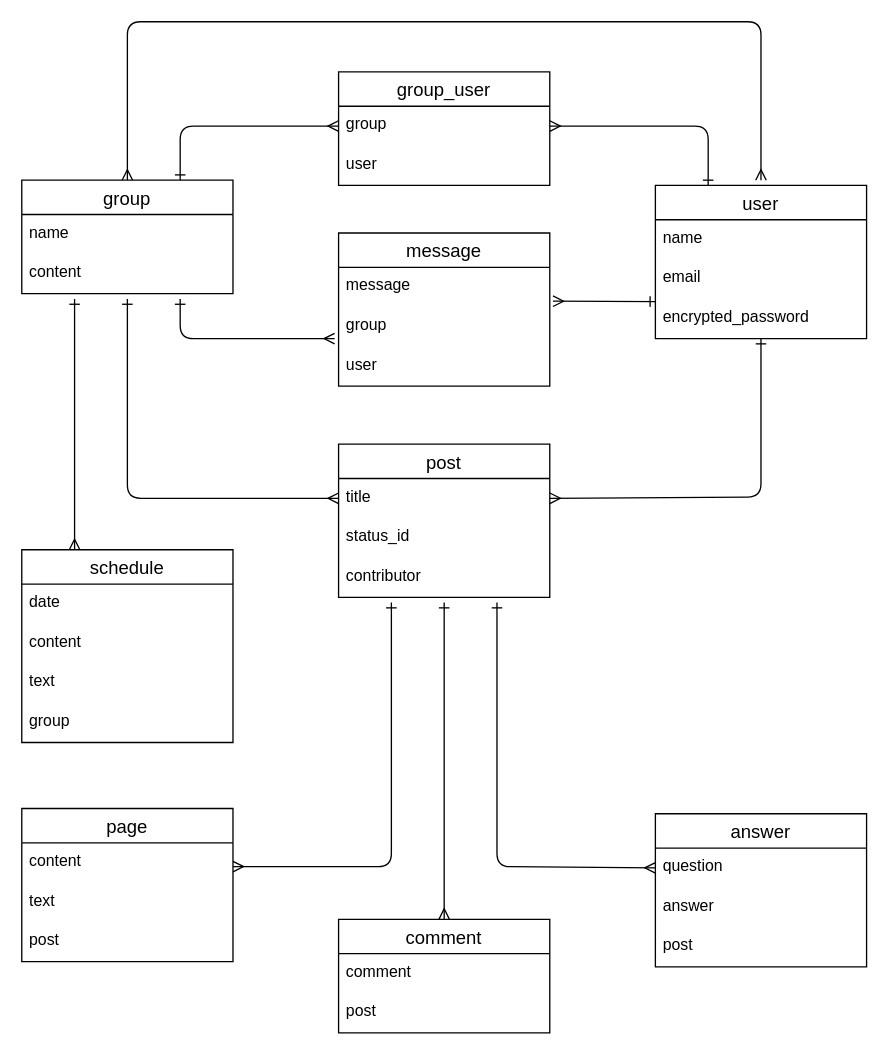
The draw.io diagram ER.dio in xcattleyax/free-seeker, before the edit. Source tidied: cells renumbered, new cells numbered last; positions are measured from the earlier drawing's top-left corner, leaving out a move shared by most shapes. Both pictures are drawn from the tidied source at 132%, with x=0, y=0 at pixel (21, 21).
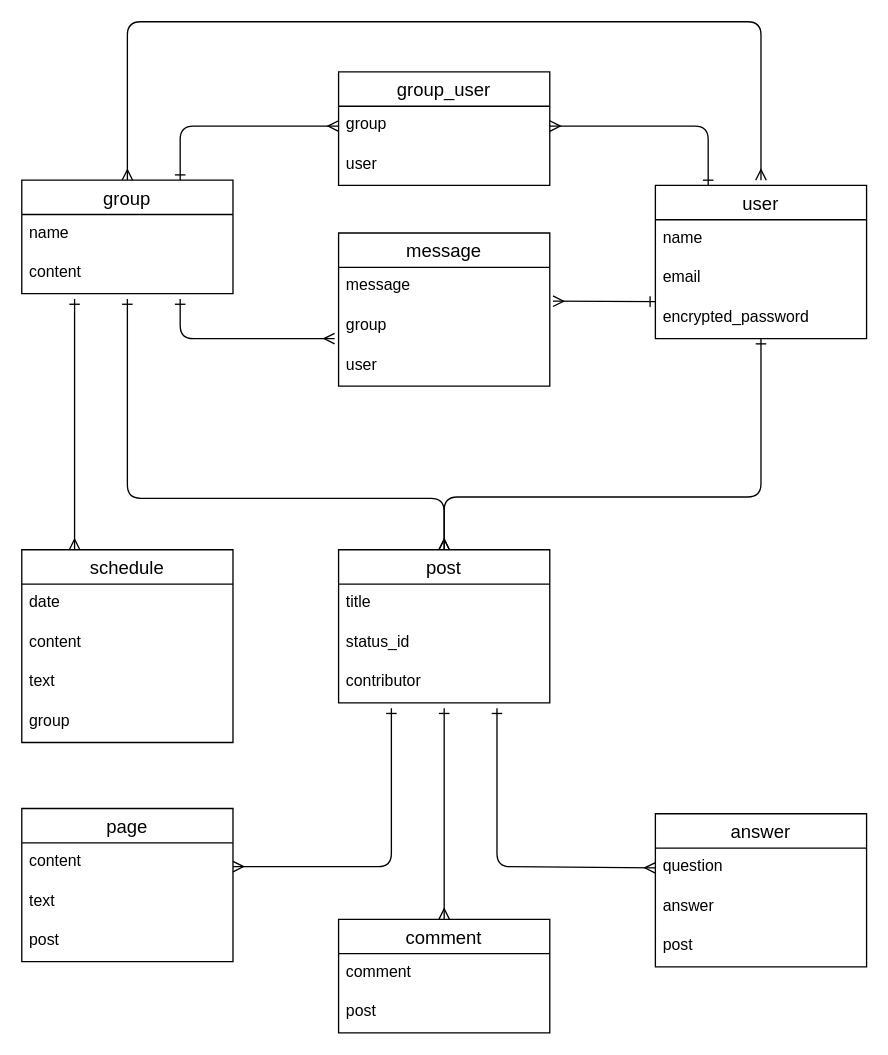
After the change.

Unchanged cells that the change refers to:
```xml
<mxCell id="6" value="encrypted_password" style="text;strokeColor=none;fillColor=none;spacingLeft=4;spacingRight=4;overflow=hidden;points=[[0,0.5],[1,0.5]];portConstraint=eastwest;fontSize=12;" parent="3" vertex="1">
  <mxGeometry y="86" width="160" height="30" as="geometry" />
</mxCell>
<mxCell id="17" value="title" style="text;strokeColor=none;fillColor=none;spacingLeft=4;spacingRight=4;overflow=hidden;points=[[0,0.5],[1,0.5]];portConstraint=eastwest;fontSize=12;" parent="16" vertex="1">
  <mxGeometry y="26" width="160" height="30" as="geometry" />
</mxCell>
<mxCell id="25" value="comment" style="swimlane;fontStyle=0;horizontal=1;startSize=26;align=center;fontSize=14;" parent="1" vertex="1">
  <mxGeometry x="240" y="680" width="160" height="86" as="geometry" />
</mxCell>
<mxCell id="30" value="question" style="text;strokeColor=none;fillColor=none;spacingLeft=4;spacingRight=4;overflow=hidden;points=[[0,0.5],[1,0.5]];portConstraint=eastwest;fontSize=12;" parent="29" vertex="1">
  <mxGeometry y="26" width="160" height="30" as="geometry" />
</mxCell>
```

Change to the diagram source:
```diff
@@
     <mxCell id="16" value="post" style="swimlane;fontStyle=0;horizontal=1;startSize=26;align=center;fontSize=14;" parent="1" vertex="1">
-      <mxGeometry x="240" y="320" width="160" height="116" as="geometry" />
+      <mxGeometry x="240" y="400" width="160" height="116" as="geometry" />
     </mxCell>
@@
     <mxCell id="24" style="edgeStyle=none;html=1;startArrow=ERone;startFill=0;endArrow=ERmany;endFill=0;" parent="1" edge="1">
       <mxGeometry relative="1" as="geometry">
-        <mxPoint x="280" y="440" as="sourcePoint" />
+        <mxPoint x="280" y="520" as="sourcePoint" />
         <mxPoint x="160" y="640" as="targetPoint" />
         <Array as="points">
           <mxPoint x="280" y="640" />
         </Array>
       </mxGeometry>
     </mxCell>
@@
     <mxCell id="28" style="edgeStyle=none;html=1;entryX=0.5;entryY=0;entryDx=0;entryDy=0;startArrow=ERone;startFill=0;endArrow=ERmany;endFill=0;" parent="1" edge="1" target="25">
       <mxGeometry relative="1" as="geometry">
-        <mxPoint x="320" y="440" as="sourcePoint" />
+        <mxPoint x="320" y="520" as="sourcePoint" />
       </mxGeometry>
     </mxCell>
@@
     <mxCell id="33" style="edgeStyle=none;html=1;entryX=0;entryY=0.5;entryDx=0;entryDy=0;startArrow=ERone;startFill=0;endArrow=ERmany;endFill=0;" parent="1" edge="1" target="30">
       <mxGeometry relative="1" as="geometry">
-        <mxPoint x="360" y="440" as="sourcePoint" />
+        <mxPoint x="360" y="520" as="sourcePoint" />
         <Array as="points">
           <mxPoint x="360" y="640" />
         </Array>
       </mxGeometry>
     </mxCell>
@@
-    <mxCell id="44" style="edgeStyle=none;html=1;entryX=0;entryY=0.5;entryDx=0;entryDy=0;startArrow=ERone;startFill=0;endArrow=ERmany;endFill=0;" parent="1" edge="1" target="17">
+    <mxCell id="44" style="edgeStyle=none;html=1;startArrow=ERone;startFill=0;endArrow=ERmany;endFill=0;" parent="1" edge="1">
       <mxGeometry relative="1" as="geometry">
         <mxPoint x="80" y="210" as="sourcePoint" />
+        <mxPoint x="320" y="400" as="targetPoint" />
         <Array as="points">
           <mxPoint x="80" y="361" />
+          <mxPoint x="320" y="361" />
         </Array>
       </mxGeometry>
     </mxCell>
-    <mxCell id="45" style="edgeStyle=none;html=1;entryX=1;entryY=0.5;entryDx=0;entryDy=0;startArrow=ERone;startFill=0;endArrow=ERmany;endFill=0;" parent="1" edge="1" source="6" target="17">
+    <mxCell id="45" style="edgeStyle=none;html=1;startArrow=ERone;startFill=0;endArrow=ERmany;endFill=0;entryX=0.5;entryY=0;entryDx=0;entryDy=0;" parent="1" edge="1" source="6" target="16">
       <mxGeometry relative="1" as="geometry">
         <Array as="points">
           <mxPoint x="560" y="360" />
+          <mxPoint x="320" y="360" />
         </Array>
       </mxGeometry>
     </mxCell>
```
